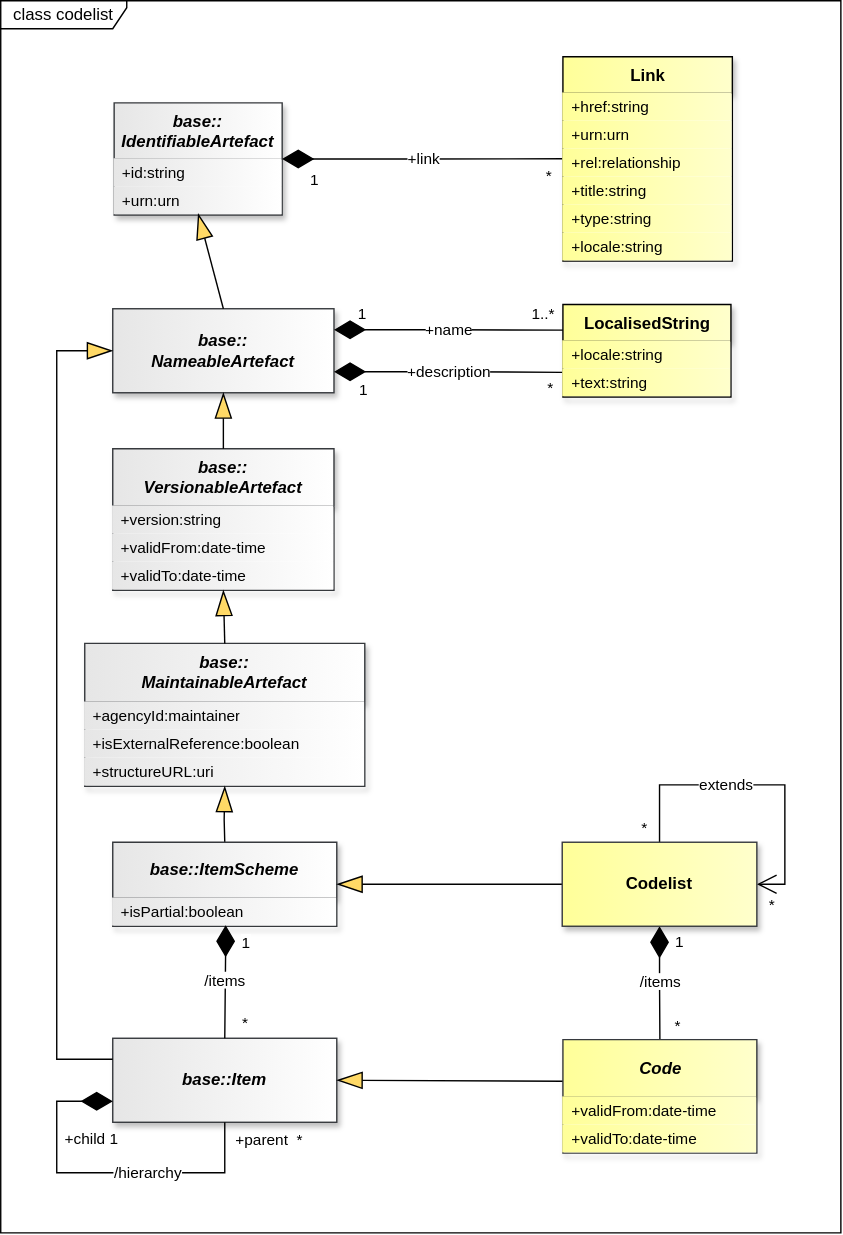
Earlier version of the draw.io export docs/information_model/media/sdmx_codelist-codelist.svg (sdmx-twg/sdmx-im). Source tidied: cells renumbered, new cells last; positions are measured from the earlier drawing's top-left corner, leaving out a move shared by most shapes.
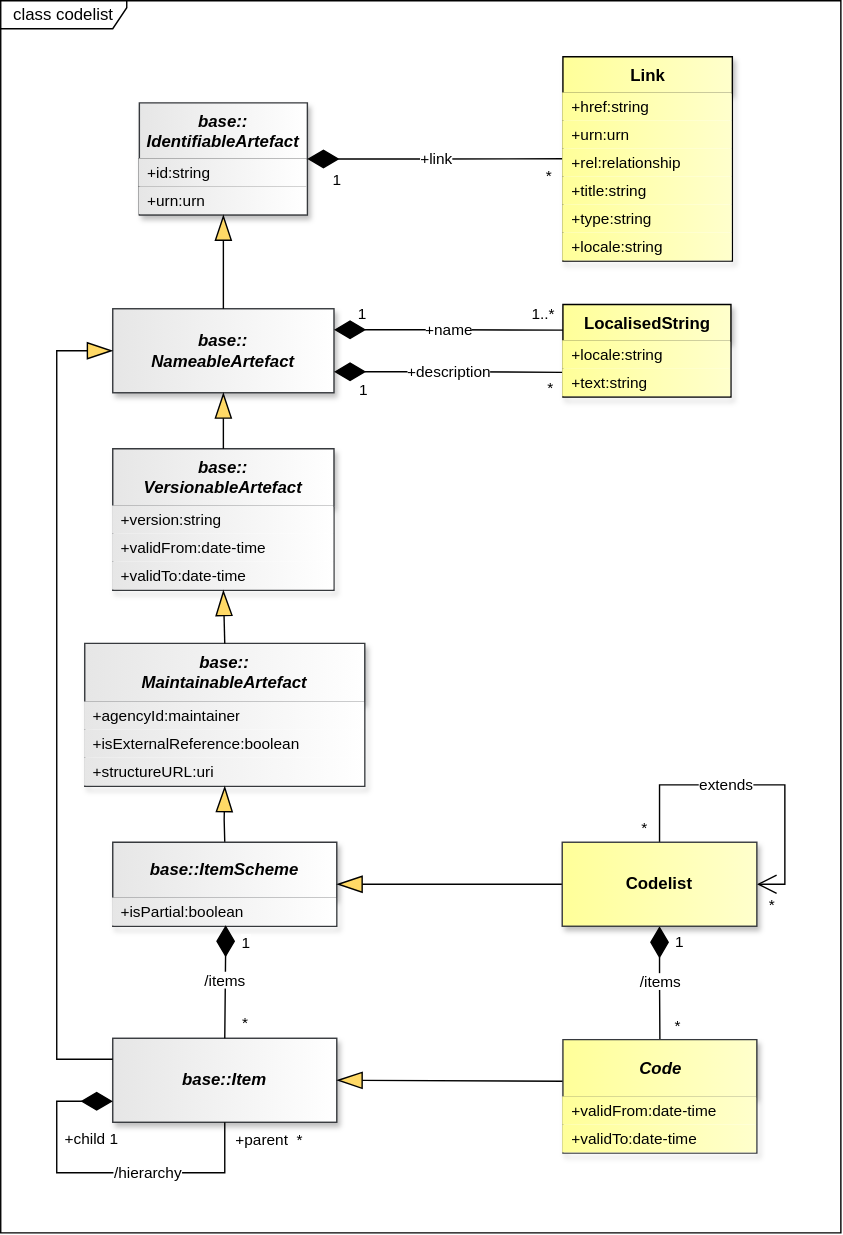
Above is the later version.

What changed in the source:
```diff
@@ -63,18 +63,18 @@
       <mxGeometry relative="1" as="geometry" />
     </mxCell>
     <mxCell id="22" value="base::&lt;br&gt;IdentifiableArtefact" style="swimlane;fontStyle=3;align=center;verticalAlign=top;horizontal=1;startSize=40;whiteSpace=wrap;html=1;strokeColor=#36393d;fontFamily=Helvetica;fontSize=12;fillColor=light-dark(#E6E6E6,#E6E6E6);gradientDirection=east;gradientColor=light-dark(#FFFFFF,#FFFFFF);fontColor=light-dark(#000000,#000000);shadow=1;perimeterSpacing=0;strokeWidth=1;textShadow=0;groupPadding=0;swimlaneFillColor=default;" parent="1" vertex="1">
-      <mxGeometry x="81" y="73" width="120" height="80" as="geometry" />
+      <mxGeometry x="99" y="73" width="120" height="80" as="geometry" />
     </mxCell>
-    <mxCell id="23" value="+id:string" style="text;strokeColor=none;fillColor=light-dark(#E6E6E6,#E6E6E6);align=left;verticalAlign=middle;spacingLeft=4;spacingRight=4;overflow=hidden;whiteSpace=wrap;html=1;fontFamily=Helvetica;fontSize=11;fontColor=light-dark(#000000,#000000);fontStyle=0;gradientColor=light-dark(#FFFFFF,#FFFFFF);gradientDirection=east;strokeWidth=1;perimeterSpacing=0;" parent="22" vertex="1">
+    <mxCell id="23" value="+id:string" style="text;strokeColor=default;fillColor=light-dark(#E6E6E6,#E6E6E6);align=left;verticalAlign=middle;spacingLeft=4;spacingRight=4;overflow=hidden;whiteSpace=wrap;html=1;fontFamily=Helvetica;fontSize=11;fontColor=light-dark(#000000,#000000);fontStyle=0;gradientColor=light-dark(#FFFFFF,#FFFFFF);gradientDirection=east;strokeWidth=0;" parent="22" vertex="1">
       <mxGeometry y="40" width="120" height="20" as="geometry" />
     </mxCell>
-    <mxCell id="24" value="+urn:urn" style="text;strokeColor=none;fillColor=light-dark(#E6E6E6,#E6E6E6);align=left;verticalAlign=middle;spacingLeft=4;spacingRight=4;overflow=hidden;points=[[0,0.5],[1,0.5]];portConstraint=eastwest;whiteSpace=wrap;html=1;fontFamily=Helvetica;fontSize=11;fontColor=light-dark(#000000,#000000);fontStyle=0;gradientColor=light-dark(#FFFFFF,#FFFFFF);gradientDirection=east;" parent="22" vertex="1">
+    <mxCell id="24" value="+urn:urn" style="text;strokeColor=default;fillColor=light-dark(#E6E6E6,#E6E6E6);align=left;verticalAlign=middle;spacingLeft=4;spacingRight=4;overflow=hidden;points=[[0,0.5],[1,0.5]];portConstraint=eastwest;whiteSpace=wrap;html=1;fontFamily=Helvetica;fontSize=11;fontColor=light-dark(#000000,#000000);fontStyle=0;gradientColor=light-dark(#FFFFFF,#FFFFFF);gradientDirection=east;strokeWidth=0;" parent="22" vertex="1">
       <mxGeometry y="60" width="120" height="20" as="geometry" />
     </mxCell>
     <mxCell id="25" value="base::&lt;br&gt;NameableArtefact" style="whiteSpace=wrap;html=1;verticalAlign=middle;gradientDirection=east;imageVerticalAlign=top;fontStyle=3;fillColor=light-dark(#E6E6E6,#E6E6E6);strokeColor=#36393d;fontColor=light-dark(#000000,#000000);gradientColor=light-dark(#FFFFFF,#FFFFFF);shadow=1;" parent="1" vertex="1">
       <mxGeometry x="80" y="220" width="158" height="60" as="geometry" />
     </mxCell>
-    <mxCell id="26" style="endArrow=blockThin;endSize=16;endFill=1;html=1;rounded=0;entryX=0.5;entryY=0.95;entryDx=0;entryDy=0;exitX=0.5;exitY=0;exitDx=0;exitDy=0;startFill=0;endFillColor=light-dark(#FFD966,#FFD966);strokeColor=light-dark(#000000,#FFFFFF);startFillColor=light-dark(#000000,#FFFFFF);labelBackgroundColor=none;labelBorderColor=light-dark(#000000,#FFFFFF);entryPerimeter=0;" parent="1" edge="1" source="25" target="24">
+    <mxCell id="26" style="endArrow=blockThin;endSize=16;endFill=1;html=1;rounded=0;entryX=0.5;entryY=1;entryDx=0;entryDy=0;exitX=0.5;exitY=0;exitDx=0;exitDy=0;startFill=0;endFillColor=light-dark(#FFD966,#FFD966);strokeColor=light-dark(#000000,#FFFFFF);startFillColor=light-dark(#000000,#FFFFFF);labelBackgroundColor=none;labelBorderColor=light-dark(#000000,#FFFFFF);" parent="1" edge="1" source="25" target="22">
       <mxGeometry relative="1" as="geometry" />
     </mxCell>
     <mxCell id="27" value="base::&lt;br&gt;VersionableArtefact" style="swimlane;fontStyle=3;align=center;verticalAlign=top;horizontal=1;startSize=41;whiteSpace=wrap;html=1;strokeColor=#36393d;fontFamily=Helvetica;fontSize=12;fillColor=light-dark(#E6E6E6,#E6E6E6);gradientDirection=east;gradientColor=light-dark(#FFFFFF,#FFFFFF);fontColor=light-dark(#000000,#000000);shadow=1;" parent="1" vertex="1">
```
